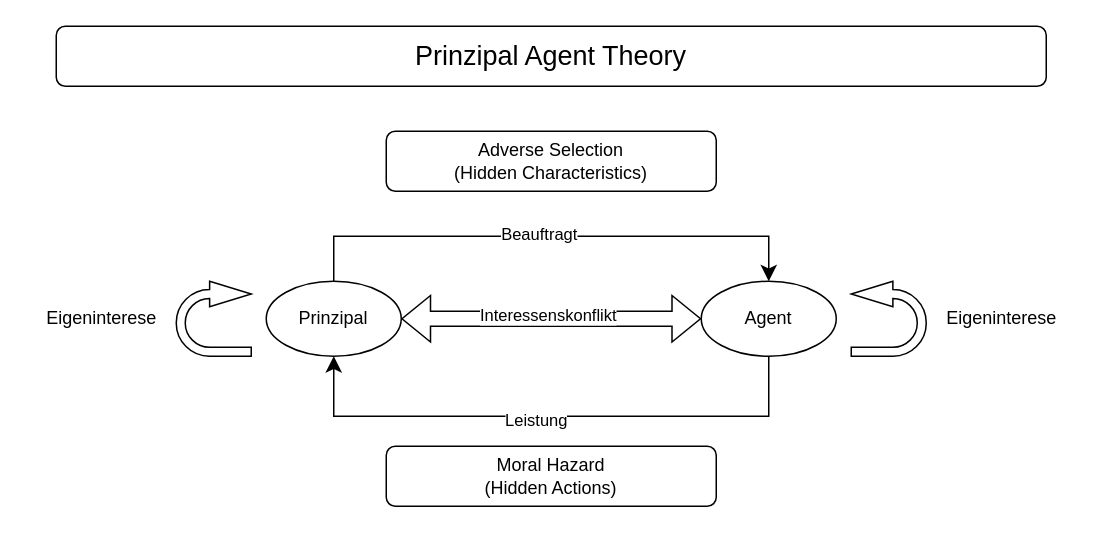
Before: Kursstufe/Wirtschaft/graphs/Prinzipal Agent Theroy.drawio in FaolanBig/Schule, a draw.io diagram. Source tidied: cells renumbered, new cells numbered last; positions are measured from the earlier drawing's top-left corner, leaving out a move shared by most shapes. Both pictures are drawn from the tidied source at 150%, with x=0, y=0 at pixel (26, 26).
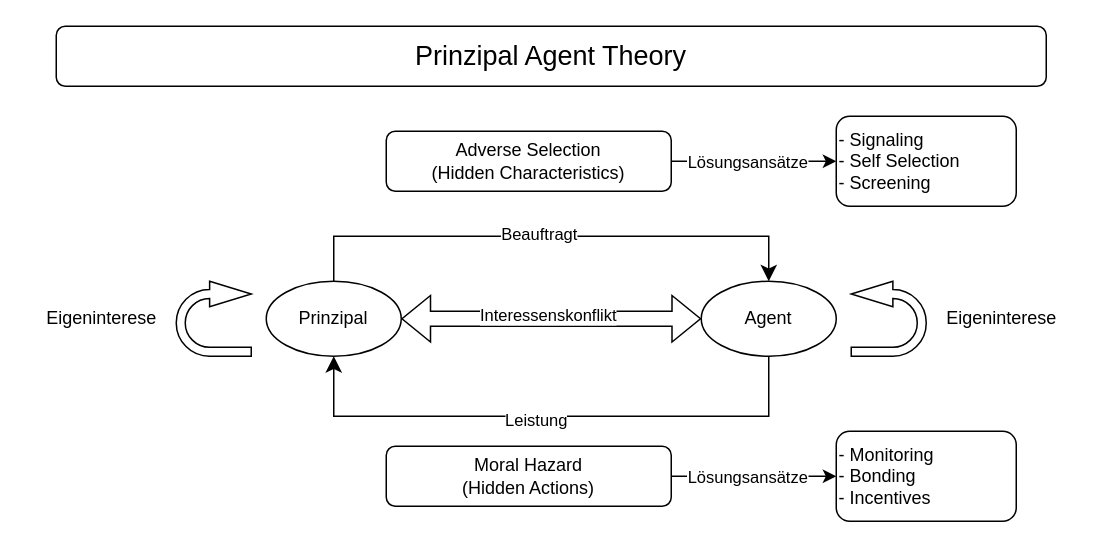
Above is the later version.

Diff of the diagram source:
```diff
@@
+    <mxCell id="17" style="edgeStyle=orthogonalEdgeStyle;rounded=0;jettySize=auto;html=1;" parent="1" edge="1" source="14" target="21">
+      <mxGeometry relative="1" as="geometry">
+        <Array as="points">
+          <mxPoint x="500" y="90" />
+          <mxPoint x="500" y="90" />
+        </Array>
+      </mxGeometry>
+    </mxCell>
+    <mxCell id="18" value="Lösungsansätze" style="edgeLabel;html=1;align=center;verticalAlign=middle;" parent="17" vertex="1">
+      <mxGeometry x="0.25" y="2" relative="1" as="geometry">
+        <mxPoint x="-19" y="2" as="offset" />
+      </mxGeometry>
+    </mxCell>
     <mxCell id="14" value="Adverse Selection&lt;div&gt;(Hidden Characteristics)&lt;/div&gt;" style="rounded=1;whiteSpace=wrap;html=1;" parent="1" vertex="1">
-      <mxGeometry x="240" y="70" width="220" height="40" as="geometry" />
+      <mxGeometry x="240" y="70" width="190" height="40" as="geometry" />
     </mxCell>
+    <mxCell id="19" style="edgeStyle=orthogonalEdgeStyle;rounded=0;jettySize=auto;html=1;" parent="1" edge="1" source="15" target="22">
+      <mxGeometry relative="1" as="geometry" />
+    </mxCell>
+    <mxCell id="20" value="Lösungsansätze" style="edgeLabel;html=1;align=center;verticalAlign=middle;" parent="19" vertex="1">
+      <mxGeometry x="-0.25" relative="1" as="geometry">
+        <mxPoint x="9" as="offset" />
+      </mxGeometry>
+    </mxCell>
     <mxCell id="15" value="Moral Hazard&lt;div&gt;(Hidden Actions)&lt;/div&gt;" style="rounded=1;whiteSpace=wrap;html=1;" parent="1" vertex="1">
-      <mxGeometry x="240" y="280" width="220" height="40" as="geometry" />
+      <mxGeometry x="240" y="280" width="190" height="40" as="geometry" />
     </mxCell>
@@
+    <mxCell id="21" value="- Signaling&lt;div&gt;- Self Selection&lt;/div&gt;&lt;div&gt;- Screening&lt;/div&gt;" style="rounded=1;whiteSpace=wrap;html=1;align=left;" parent="1" vertex="1">
+      <mxGeometry x="540" y="60" width="120" height="60" as="geometry" />
+    </mxCell>
+    <mxCell id="22" value="- Monitoring&lt;div&gt;- Bonding&lt;/div&gt;&lt;div&gt;- Incentives&lt;/div&gt;" style="rounded=1;whiteSpace=wrap;html=1;align=left;" parent="1" vertex="1">
+      <mxGeometry x="540" y="270" width="120" height="60" as="geometry" />
+    </mxCell>
```
